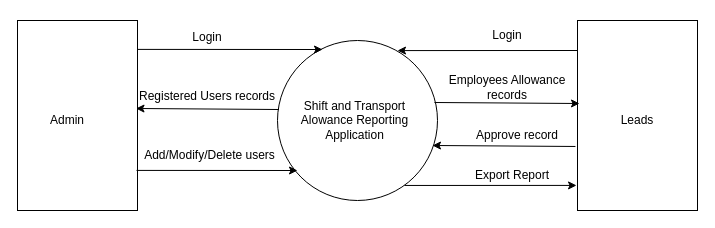
Shubham7997/avoid_being_hit keeps this draw.io diagram as Untitled Diagram.drawio. Above is the earlier version. Source tidied: cells renumbered, new cells numbered last; positions are measured from the earlier drawing's top-left corner, leaving out a move shared by most shapes. Both pictures are drawn from the tidied source at 100%, with x=0, y=0 at pixel (17, 20).
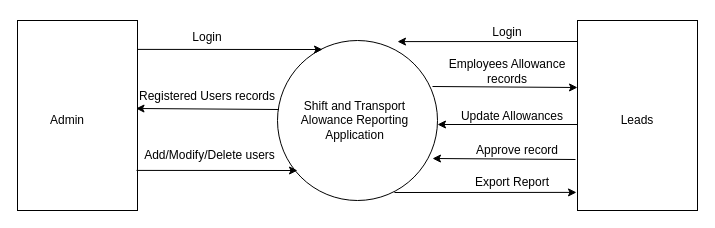
The same diagram, later.

The change refers to these unchanged cells:
```xml
<mxCell id="2" style="ellipse;whiteSpace=wrap;html=1;" parent="1" vertex="1">
  <mxGeometry x="260" y="20" width="160" height="160" as="geometry" />
</mxCell>
<mxCell id="4" style="rounded=0;whiteSpace=wrap;html=1;" parent="1" vertex="1">
  <mxGeometry x="560" width="120" height="190" as="geometry" />
</mxCell>
<mxCell id="5" value="Shift and Transport Alowance Reporting Application" style="text;html=1;strokeColor=none;fillColor=none;align=center;verticalAlign=middle;whiteSpace=wrap;rounded=0;" parent="1" vertex="1">
  <mxGeometry x="260" y="50" width="155" height="100" as="geometry" />
</mxCell>
```

Change to the diagram source:
```diff
@@
-    <mxCell id="8" style="endArrow=classic;html=1;rounded=0;entryX=0.75;entryY=0.063;entryDx=0;entryDy=0;entryPerimeter=0;" parent="1" edge="1" target="2">
+    <mxCell id="8" style="endArrow=classic;html=1;rounded=0;entryX=0.75;entryY=0.063;entryDx=0;entryDy=0;entryPerimeter=0;" parent="1" edge="1">
       <mxGeometry relative="1" as="geometry">
-        <mxPoint x="560" y="30" as="sourcePoint" />
+        <mxPoint x="560" y="21" as="sourcePoint" />
+        <mxPoint x="380" y="21.1" as="targetPoint" />
       </mxGeometry>
     </mxCell>
     <mxCell id="9" value="Login" style="text;html=1;strokeColor=none;fillColor=none;align=center;verticalAlign=middle;whiteSpace=wrap;rounded=0;" parent="1" vertex="1">
-      <mxGeometry x="450" width="80" height="30" as="geometry" />
+      <mxGeometry x="450" y="-3" width="80" height="30" as="geometry" />
     </mxCell>
@@
     <mxCell id="12" style="endArrow=classic;html=1;rounded=0;entryX=0.017;entryY=0.579;entryDx=0;entryDy=0;exitX=1.013;exitY=0.59;exitDx=0;exitDy=0;exitPerimeter=0;entryPerimeter=0;" parent="1" edge="1">
       <mxGeometry relative="1" as="geometry">
-        <mxPoint x="417" y="82" as="sourcePoint" />
-        <mxPoint x="562" y="83" as="targetPoint" />
+        <mxPoint x="415" y="66" as="sourcePoint" />
+        <mxPoint x="560" y="67" as="targetPoint" />
       </mxGeometry>
     </mxCell>
     <mxCell id="13" value="Employees Allowance records" style="text;html=1;strokeColor=none;fillColor=none;align=center;verticalAlign=middle;whiteSpace=wrap;rounded=0;" parent="1" vertex="1">
-      <mxGeometry x="420" y="52" width="140" height="30" as="geometry" />
+      <mxGeometry x="420" y="36" width="140" height="30" as="geometry" />
     </mxCell>
-    <mxCell id="14" style="endArrow=classic;html=1;rounded=0;entryX=1;entryY=0.75;entryDx=0;entryDy=0;exitX=-0.017;exitY=0.663;exitDx=0;exitDy=0;exitPerimeter=0;" parent="1" edge="1" source="4" target="5">
-      <mxGeometry relative="1" as="geometry" />
+    <mxCell id="14" style="endArrow=classic;html=1;rounded=0;entryX=1;entryY=0.75;entryDx=0;entryDy=0;exitX=-0.017;exitY=0.663;exitDx=0;exitDy=0;exitPerimeter=0;" parent="1" edge="1">
+      <mxGeometry relative="1" as="geometry">
+        <mxPoint x="558" y="139" as="sourcePoint" />
+        <mxPoint x="415" y="138" as="targetPoint" />
+      </mxGeometry>
     </mxCell>
     <mxCell id="15" value="Approve record" style="text;html=1;strokeColor=none;fillColor=none;align=center;verticalAlign=middle;whiteSpace=wrap;rounded=0;" parent="1" vertex="1">
-      <mxGeometry x="450" y="100" width="100" height="30" as="geometry" />
+      <mxGeometry x="450" y="115" width="100" height="30" as="geometry" />
     </mxCell>
-    <mxCell id="16" style="endArrow=classic;html=1;rounded=0;entryX=-0.008;entryY=0.868;entryDx=0;entryDy=0;entryPerimeter=0;exitX=0.794;exitY=0.906;exitDx=0;exitDy=0;exitPerimeter=0;" parent="1" edge="1" source="2" target="4">
-      <mxGeometry relative="1" as="geometry" />
+    <mxCell id="16" style="endArrow=classic;html=1;rounded=0;entryX=-0.008;entryY=0.868;entryDx=0;entryDy=0;entryPerimeter=0;exitX=0.731;exitY=0.95;exitDx=0;exitDy=0;exitPerimeter=0;" parent="1" edge="1" source="2">
+      <mxGeometry relative="1" as="geometry">
+        <mxPoint x="559" y="171.9" as="targetPoint" />
+      </mxGeometry>
     </mxCell>
     <mxCell id="17" value="Export Report" style="text;html=1;strokeColor=none;fillColor=none;align=center;verticalAlign=middle;whiteSpace=wrap;rounded=0;" parent="1" vertex="1">
-      <mxGeometry x="450" y="140" width="90" height="30" as="geometry" />
+      <mxGeometry x="450" y="147" width="90" height="30" as="geometry" />
     </mxCell>
@@
+    <mxCell id="22" style="endArrow=classic;html=1;rounded=0;" parent="1" edge="1">
+      <mxGeometry relative="1" as="geometry">
+        <mxPoint x="560" y="104" as="sourcePoint" />
+        <mxPoint x="420" y="104" as="targetPoint" />
+      </mxGeometry>
+    </mxCell>
+    <mxCell id="23" value="Update Allowances" style="text;html=1;strokeColor=none;fillColor=none;align=center;verticalAlign=middle;whiteSpace=wrap;rounded=0;" parent="1" vertex="1">
+      <mxGeometry x="440" y="81" width="110" height="30" as="geometry" />
+    </mxCell>
```
